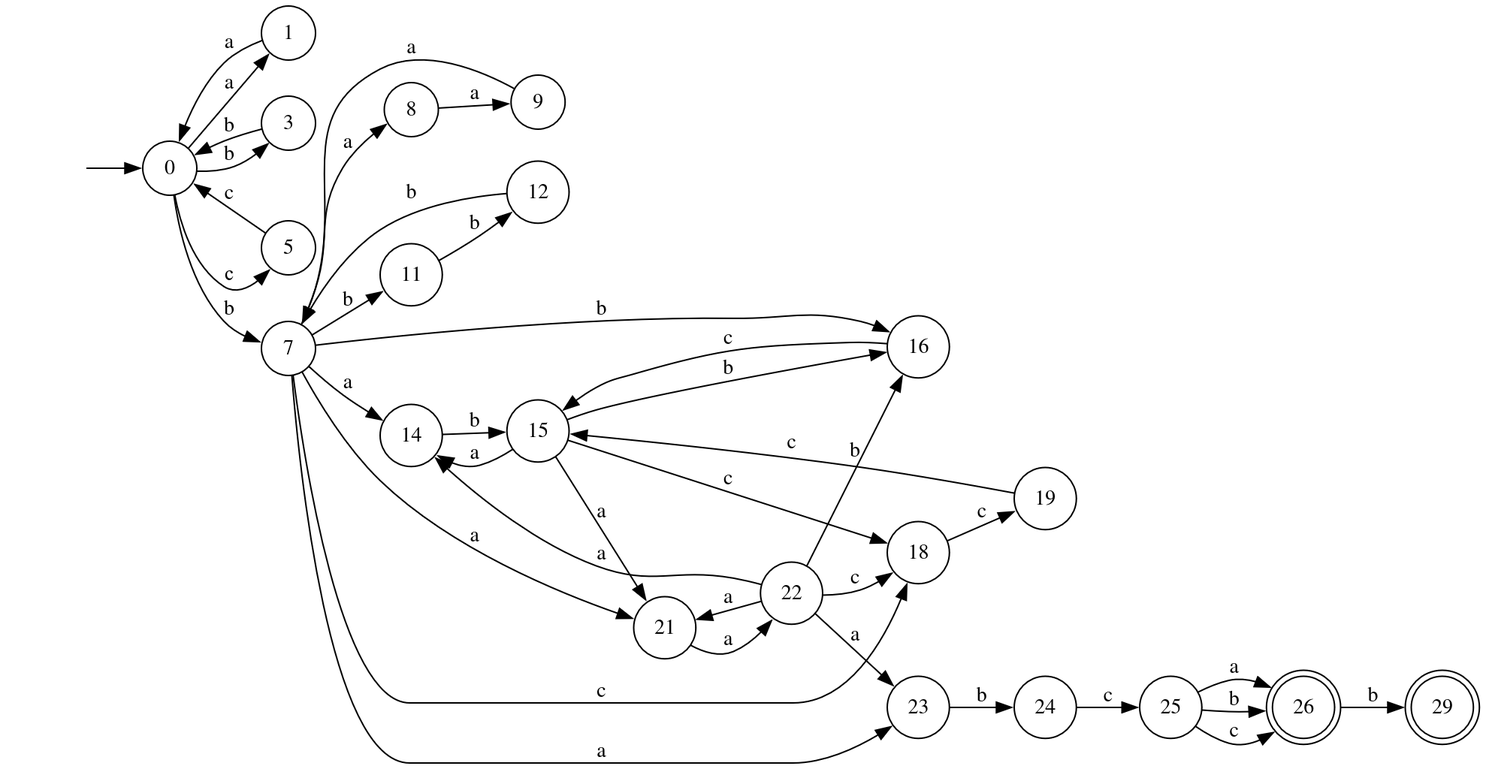
lye6ttt/TFL keeps this Graphviz diagram as NFA_min.png. Above is the earlier version. Its source is kept beside it as NFA_min.dot. The source it was exported from:
```dot
digraph NFA {
	rankdir = LR
	node [shape=circle]
	"" [shape = none]
	"" -> 0
	26 [shape=doublecircle]
	29 [shape=doublecircle]
	0 -> 1 [label="a"]
	0 -> 3 [label="b"]
	0 -> 5 [label="с"]
	0 -> 7 [label="b"]
	1 -> 0 [label="a"]
	3 -> 0 [label="b"]
	5 -> 0 [label="c"]
	7 -> 8 [label="a"]
	7 -> 11 [label="b"]
	7 -> 14 [label="a"]
	7 -> 16 [label="b"]
	7 -> 18 [label="c"]
	7 -> 21 [label="a"]
	7 -> 23 [label="a"]
	8 -> 9 [label="a"]
	9 -> 7 [label="a"]
	11 -> 12 [label="b"]
	12 -> 7 [label="b"]
	14 -> 15 [label="b"]
	15 -> 14 [label="a"]
	15 -> 21 [label="a"]
	15 -> 16 [label="b"]
	15 -> 18 [label="c"]
	16 -> 15 [label="c"]
	18 -> 19 [label="c"]
	19 -> 15 [label="c"]
	21 -> 22 [label="a"]
	22 -> 14 [label="a"]
	22 -> 21 [label="a"]
	22 -> 23 [label="a"]
	22 -> 16 [label="b"]
	22 -> 18 [label="c"]
	23 -> 24 [label="b"]
	24 -> 25 [label="c"]
	25 -> 26 [label="a"]
	25 -> 26 [label="b"]
	25 -> 26 [label="c"]
	26 -> 29 [label="b"]
}
```
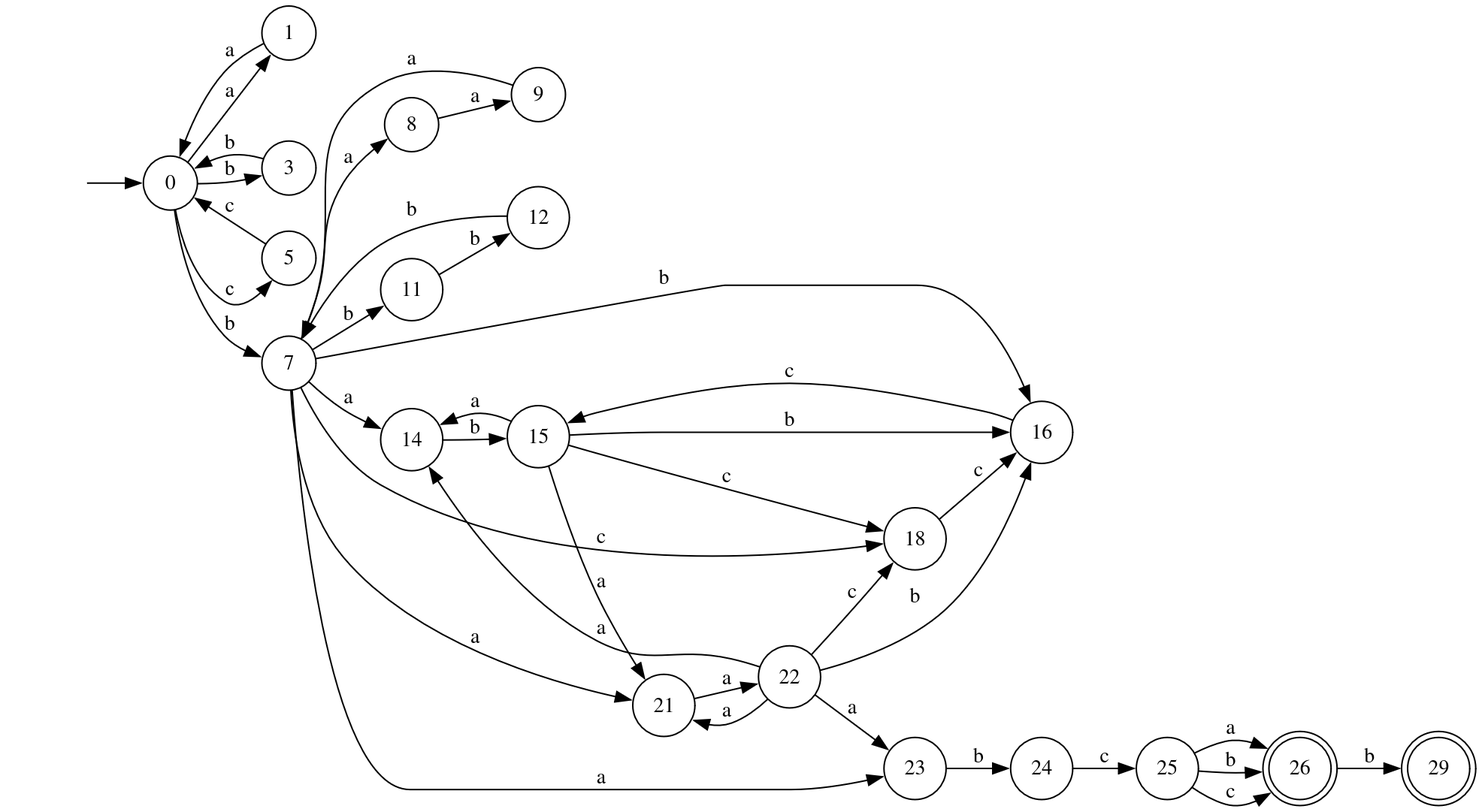
The same diagram one commit later.

The edit, as a diff of the source:
```diff
@@ -29,8 +29,7 @@
 	15 -> 16 [label="b"]
 	15 -> 18 [label="c"]
 	16 -> 15 [label="c"]
-	18 -> 19 [label="c"]
-	19 -> 15 [label="c"]
+	18 -> 16 [label="c"]
 	21 -> 22 [label="a"]
 	22 -> 14 [label="a"]
 	22 -> 21 [label="a"]
```
